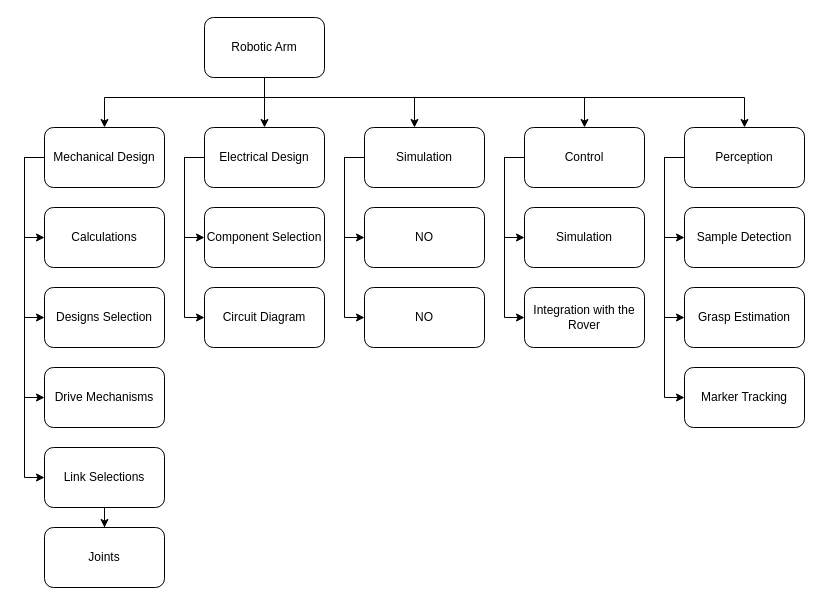
Earlier version of the draw.io diagram ArmWBS.drawio (ASU-ROAR-Team/preliminary-report-diagrams). Source tidied: cells renumbered, new cells numbered last; positions are measured from the earlier drawing's top-left corner, leaving out a move shared by most shapes. Both pictures are drawn from the tidied source at 100%, with x=0, y=0 at pixel (24, 17).
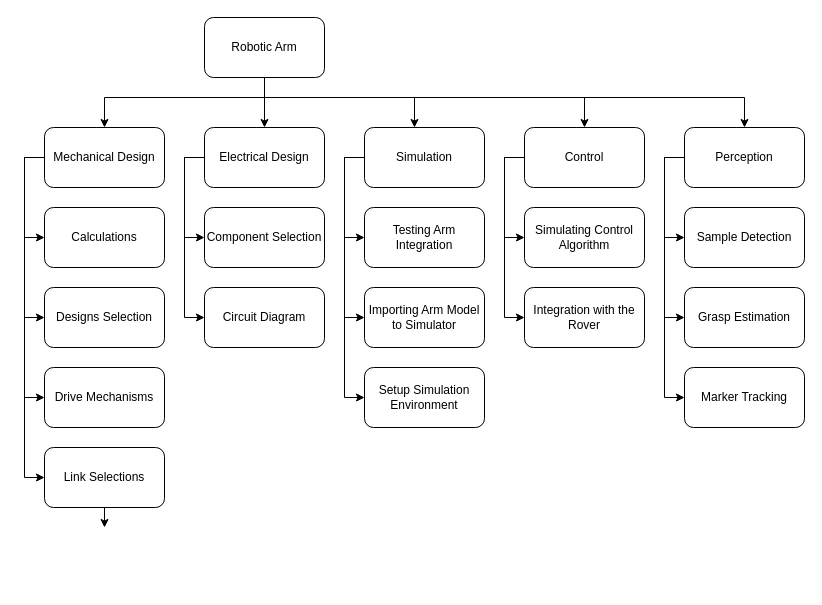
Above is the later version.

The change refers to these unchanged cells:
```xml
<mxCell id="16" value="Simulation" style="rounded=1;whiteSpace=wrap;html=1;" parent="1" vertex="1">
  <mxGeometry x="340" y="110" width="120" height="60" as="geometry" />
</mxCell>
<mxCell id="30" value="Link Selections" style="rounded=1;whiteSpace=wrap;html=1;" parent="1" vertex="1">
  <mxGeometry x="20" y="430" width="120" height="60" as="geometry" />
</mxCell>
```

The edit, as a diff of the source:
```diff
@@
+    <mxCell id="41" style="edgeStyle=orthogonalEdgeStyle;rounded=0;jettySize=auto;html=1;entryX=0;entryY=0.5;entryDx=0;entryDy=0;exitX=0;exitY=0.5;exitDx=0;exitDy=0;" parent="1" edge="1" source="16" target="42">
+      <mxGeometry relative="1" as="geometry" />
+    </mxCell>
@@
-    <mxCell id="29" style="edgeStyle=orthogonalEdgeStyle;rounded=0;jettySize=auto;html=1;" parent="1" edge="1" source="30" target="31">
-      <mxGeometry relative="1" as="geometry" />
+    <mxCell id="29" style="edgeStyle=orthogonalEdgeStyle;rounded=0;jettySize=auto;html=1;" parent="1" edge="1" source="30">
+      <mxGeometry relative="1" as="geometry">
+        <mxPoint x="80" y="510" as="targetPoint" />
+      </mxGeometry>
     </mxCell>
@@
-    <mxCell id="31" value="Joints" style="rounded=1;whiteSpace=wrap;html=1;" parent="1" vertex="1">
-      <mxGeometry x="20" y="510" width="120" height="60" as="geometry" />
-    </mxCell>
@@
-    <mxCell id="34" value="NO" style="rounded=1;whiteSpace=wrap;html=1;" parent="1" vertex="1">
+    <mxCell id="34" value="Testing Arm Integration" style="rounded=1;whiteSpace=wrap;html=1;" parent="1" vertex="1">
       <mxGeometry x="340" y="190" width="120" height="60" as="geometry" />
     </mxCell>
-    <mxCell id="35" value="NO" style="rounded=1;whiteSpace=wrap;html=1;" parent="1" vertex="1">
+    <mxCell id="35" value="Importing Arm Model to Simulator" style="rounded=1;whiteSpace=wrap;html=1;" parent="1" vertex="1">
       <mxGeometry x="340" y="270" width="120" height="60" as="geometry" />
     </mxCell>
-    <mxCell id="36" value="Simulation" style="rounded=1;whiteSpace=wrap;html=1;" parent="1" vertex="1">
+    <mxCell id="36" value="Simulating Control Algorithm" style="rounded=1;whiteSpace=wrap;html=1;" parent="1" vertex="1">
       <mxGeometry x="500" y="190" width="120" height="60" as="geometry" />
     </mxCell>
@@
+    <mxCell id="42" value="Setup Simulation Environment" style="rounded=1;whiteSpace=wrap;html=1;" parent="1" vertex="1">
+      <mxGeometry x="340" y="350" width="120" height="60" as="geometry" />
+    </mxCell>
```
